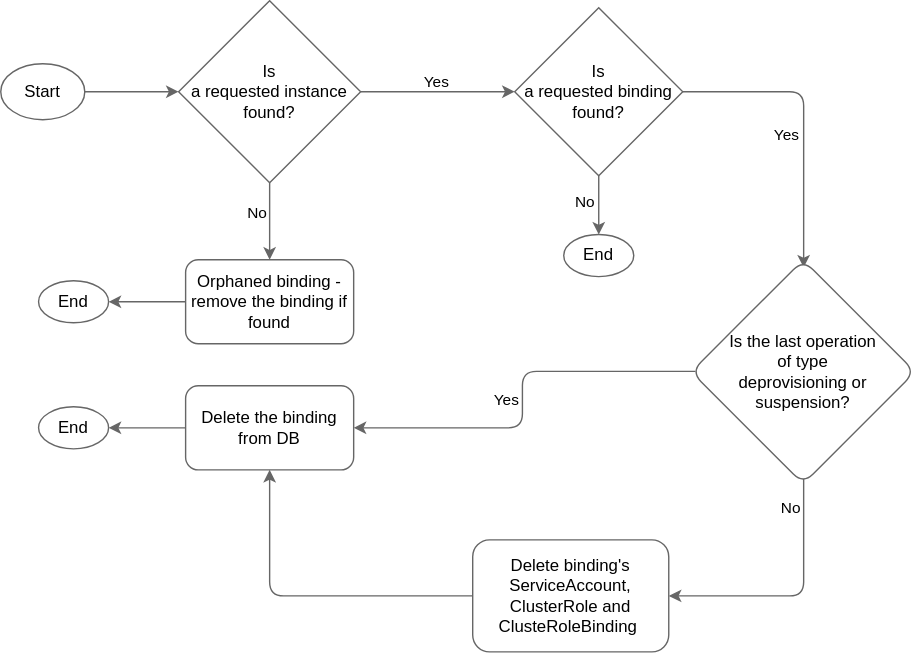
Above: docs/assets/bindings-delete-flow.drawio.svg in kyma-project/kyma-environment-broker (draw.io), before the change. Source tidied: cells renumbered, new cells last; positions are measured from the earlier drawing's top-left corner, leaving out a move shared by most shapes.
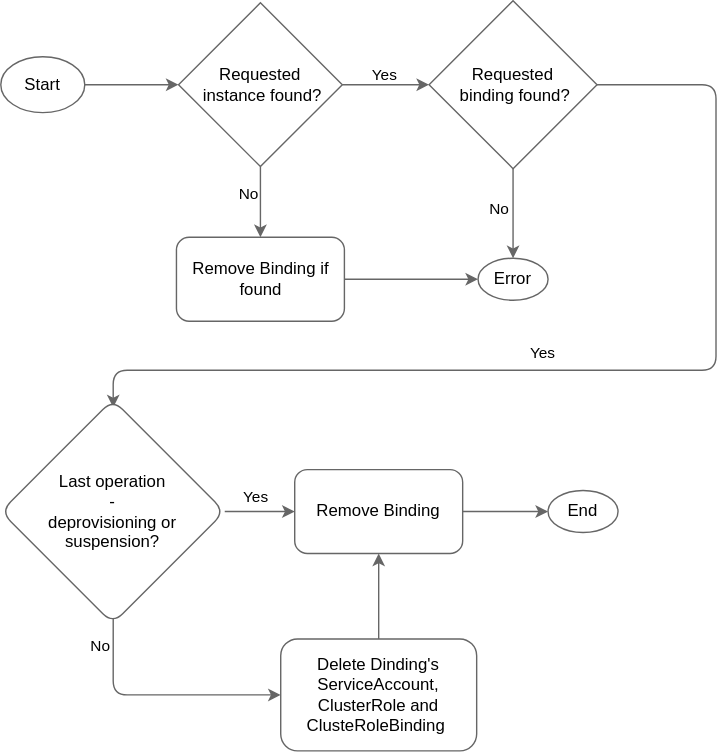
Above is the later version.

The edit, as a diff of the source:
```diff
@@ -19,37 +19,40 @@
     <mxCell id="6" value="Yes" style="edgeStyle=orthogonalEdgeStyle;rounded=1;jettySize=auto;html=1;curved=0;strokeColor=#666666;labelBackgroundColor=none;fontColor=#000000;" parent="1" edge="1" source="7" target="13">
       <mxGeometry x="-0.02" y="7" relative="1" as="geometry" />
     </mxCell>
-    <mxCell id="7" value="Is&lt;br&gt;a requested instance found?" style="rhombus;whiteSpace=wrap;html=1;fillColor=#ffffff;fontColor=#000000;strokeColor=#666666;" parent="1" vertex="1">
-      <mxGeometry x="127" width="130" height="130" as="geometry" />
+    <mxCell id="7" value="Requested&lt;br&gt;&amp;nbsp;instance found?" style="rhombus;whiteSpace=wrap;html=1;fillColor=#ffffff;fontColor=#000000;strokeColor=#666666;" parent="1" vertex="1">
+      <mxGeometry x="127" y="6.5" width="117" height="117" as="geometry" />
     </mxCell>
-    <mxCell id="8" value="End" style="ellipse;whiteSpace=wrap;html=1;fillColor=#ffffff;fontColor=#000000;strokeColor=#666666;" parent="1" vertex="1">
-      <mxGeometry x="27" y="200" width="50" height="30" as="geometry" />
-    </mxCell>
-    <mxCell id="9" style="edgeStyle=orthogonalEdgeStyle;rounded=1;jettySize=auto;html=1;curved=0;strokeColor=#666666;" parent="1" edge="1" source="10" target="8">
+    <mxCell id="9" style="edgeStyle=orthogonalEdgeStyle;rounded=1;jettySize=auto;html=1;curved=0;strokeColor=#666666;" parent="1" edge="1" source="10" target="14">
       <mxGeometry relative="1" as="geometry" />
     </mxCell>
-    <mxCell id="10" value="Orphaned binding -remove the binding if found" style="whiteSpace=wrap;html=1;fillColor=#ffffff;fontColor=#000000;strokeColor=#666666;rounded=1;" parent="1" vertex="1">
-      <mxGeometry x="132" y="185" width="120" height="60" as="geometry" />
+    <mxCell id="10" value="Remove Binding if found" style="whiteSpace=wrap;html=1;fillColor=#ffffff;fontColor=#000000;strokeColor=#666666;rounded=1;" parent="1" vertex="1">
+      <mxGeometry x="125.5" y="174" width="120" height="60" as="geometry" />
     </mxCell>
     <mxCell id="11" value="No" style="edgeStyle=orthogonalEdgeStyle;rounded=1;jettySize=auto;html=1;curved=0;strokeColor=#666666;fontColor=#000000;labelBackgroundColor=none;" parent="1" edge="1" source="13" target="14">
       <mxGeometry x="-0.1" y="-10" relative="1" as="geometry" />
     </mxCell>
-    <mxCell id="12" value="Yes" style="edgeStyle=orthogonalEdgeStyle;rounded=1;jettySize=auto;html=1;curved=0;strokeColor=#666666;labelBackgroundColor=none;fontColor=#000000;entryX=0.502;entryY=0.035;entryDx=0;entryDy=0;entryPerimeter=0;" parent="1" edge="1" source="13" target="18">
-      <mxGeometry x="0.11" y="-12" relative="1" as="geometry" />
+    <mxCell id="12" value="Yes" style="edgeStyle=orthogonalEdgeStyle;rounded=1;jettySize=auto;html=1;curved=0;strokeColor=#666666;labelBackgroundColor=none;fontColor=#000000;entryX=0.502;entryY=0.035;entryDx=0;entryDy=0;entryPerimeter=0;exitX=1;exitY=0.5;exitDx=0;exitDy=0;" parent="1" edge="1" source="13" target="18">
+      <mxGeometry x="0.11" y="-12" relative="1" as="geometry">
+        <Array as="points">
+          <mxPoint x="511" y="65" />
+          <mxPoint x="511" y="269" />
+          <mxPoint x="80" y="269" />
+        </Array>
+      </mxGeometry>
     </mxCell>
-    <mxCell id="13" value="Is&lt;br&gt;a requested binding found?" style="rhombus;whiteSpace=wrap;html=1;fillColor=#ffffff;fontColor=#000000;strokeColor=#666666;" parent="1" vertex="1">
-      <mxGeometry x="367" y="5" width="120" height="120" as="geometry" />
+    <mxCell id="13" value="Requested&lt;br&gt;&amp;nbsp;binding found?" style="rhombus;whiteSpace=wrap;html=1;fillColor=#ffffff;fontColor=#000000;strokeColor=#666666;" parent="1" vertex="1">
+      <mxGeometry x="306" y="5" width="120" height="120" as="geometry" />
     </mxCell>
-    <mxCell id="14" value="End" style="ellipse;whiteSpace=wrap;html=1;fillColor=#ffffff;fontColor=#000000;strokeColor=#666666;" parent="1" vertex="1">
-      <mxGeometry x="402" y="167" width="50" height="30" as="geometry" />
+    <mxCell id="14" value="Error" style="ellipse;whiteSpace=wrap;html=1;fillColor=#ffffff;fontColor=#000000;strokeColor=#666666;" parent="1" vertex="1">
+      <mxGeometry x="341" y="189" width="50" height="30" as="geometry" />
     </mxCell>
-    <mxCell id="15" value="Yes" style="edgeStyle=orthogonalEdgeStyle;rounded=1;jettySize=auto;html=1;curved=0;strokeColor=#666666;fontColor=#000000;labelBackgroundColor=none;exitX=0.019;exitY=0.498;exitDx=0;exitDy=0;exitPerimeter=0;" parent="1" edge="1" source="18" target="20">
-      <mxGeometry x="0.01" y="-12" relative="1" as="geometry" />
+    <mxCell id="15" value="Yes" style="edgeStyle=orthogonalEdgeStyle;rounded=1;jettySize=auto;html=1;curved=0;strokeColor=#666666;fontColor=#000000;labelBackgroundColor=none;exitX=1;exitY=0.5;exitDx=0;exitDy=0;" parent="1" edge="1" source="18" target="20">
+      <mxGeometry x="-0.12" y="10" relative="1" as="geometry" />
     </mxCell>
-    <mxCell id="16" style="edgeStyle=orthogonalEdgeStyle;rounded=1;jettySize=auto;html=1;entryX=1;entryY=0.5;entryDx=0;entryDy=0;curved=0;strokeColor=#666666;fontColor=#000000;labelBackgroundColor=none;exitX=0.502;exitY=0.973;exitDx=0;exitDy=0;exitPerimeter=0;" parent="1" edge="1" source="18" target="22">
+    <mxCell id="16" style="edgeStyle=orthogonalEdgeStyle;rounded=1;jettySize=auto;html=1;entryX=0;entryY=0.5;entryDx=0;entryDy=0;curved=0;strokeColor=#666666;fontColor=#000000;labelBackgroundColor=none;exitX=0.502;exitY=0.973;exitDx=0;exitDy=0;exitPerimeter=0;" parent="1" edge="1" source="18" target="22">
       <mxGeometry relative="1" as="geometry">
         <Array as="points">
-          <mxPoint x="573" y="425" />
+          <mxPoint x="80" y="501" />
         </Array>
       </mxGeometry>
     </mxCell>
@@ -58,23 +61,23 @@
         <mxPoint x="-11" y="1" as="offset" />
       </mxGeometry>
     </mxCell>
-    <mxCell id="18" value="Is the last operation &lt;br&gt;of type&lt;br&gt;deprovisioning or suspension?" style="rhombus;whiteSpace=wrap;html=1;fillColor=#ffffff;fontColor=#000000;strokeColor=#666666;rounded=1;" parent="1" vertex="1">
-      <mxGeometry x="493" y="185" width="160" height="160" as="geometry" />
+    <mxCell id="18" value="Last operation &lt;br&gt;-&lt;br&gt;deprovisioning or suspension?" style="rhombus;whiteSpace=wrap;html=1;fillColor=#ffffff;fontColor=#000000;strokeColor=#666666;rounded=1;" parent="1" vertex="1">
+      <mxGeometry y="290" width="160" height="160" as="geometry" />
     </mxCell>
     <mxCell id="19" style="edgeStyle=orthogonalEdgeStyle;rounded=1;jettySize=auto;html=1;curved=0;strokeColor=#666666;" parent="1" edge="1" source="20" target="23">
       <mxGeometry relative="1" as="geometry" />
     </mxCell>
-    <mxCell id="20" value="Delete the binding from DB" style="whiteSpace=wrap;html=1;fillColor=#ffffff;fontColor=#000000;strokeColor=#666666;rounded=1;" parent="1" vertex="1">
-      <mxGeometry x="132" y="275" width="120" height="60" as="geometry" />
+    <mxCell id="20" value="Remove Binding" style="whiteSpace=wrap;html=1;fillColor=#ffffff;fontColor=#000000;strokeColor=#666666;rounded=1;" parent="1" vertex="1">
+      <mxGeometry x="210" y="340" width="120" height="60" as="geometry" />
     </mxCell>
     <mxCell id="21" style="edgeStyle=orthogonalEdgeStyle;rounded=1;jettySize=auto;html=1;curved=0;strokeColor=#666666;" parent="1" edge="1" source="22" target="20">
       <mxGeometry relative="1" as="geometry" />
     </mxCell>
-    <mxCell id="22" value="Delete binding's ServiceAccount, ClusterRole and ClusteRoleBinding&amp;nbsp;" style="whiteSpace=wrap;html=1;fillColor=#ffffff;fontColor=#000000;strokeColor=#666666;rounded=1;" parent="1" vertex="1">
-      <mxGeometry x="337" y="385" width="140" height="80" as="geometry" />
+    <mxCell id="22" value="Delete Dinding's ServiceAccount, ClusterRole and ClusteRoleBinding&amp;nbsp;" style="whiteSpace=wrap;html=1;fillColor=#ffffff;fontColor=#000000;strokeColor=#666666;rounded=1;" parent="1" vertex="1">
+      <mxGeometry x="200" y="461" width="140" height="80" as="geometry" />
     </mxCell>
     <mxCell id="23" value="End" style="ellipse;whiteSpace=wrap;html=1;fillColor=#ffffff;fontColor=#000000;strokeColor=#666666;" parent="1" vertex="1">
-      <mxGeometry x="27" y="290" width="50" height="30" as="geometry" />
+      <mxGeometry x="391" y="355" width="50" height="30" as="geometry" />
     </mxCell>
   </root>
 </mxGraphModel>
```
